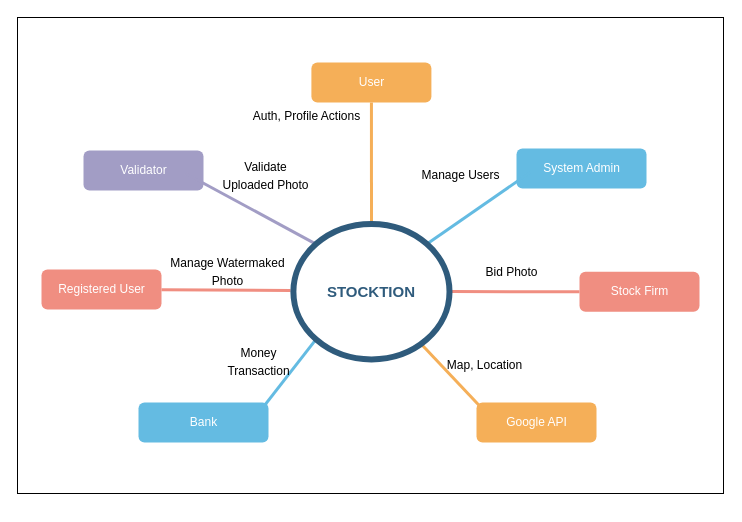
This is diagrams/context-diagram/context-diagram.drawio from staucktion/docs, a draw.io file, before an edit. Source tidied: cells renumbered, new cells numbered last; positions are measured from the earlier drawing's top-left corner, leaving out a move shared by most shapes. Both pictures are drawn from the tidied source at 100%, with x=0, y=0 at pixel (17, 17).
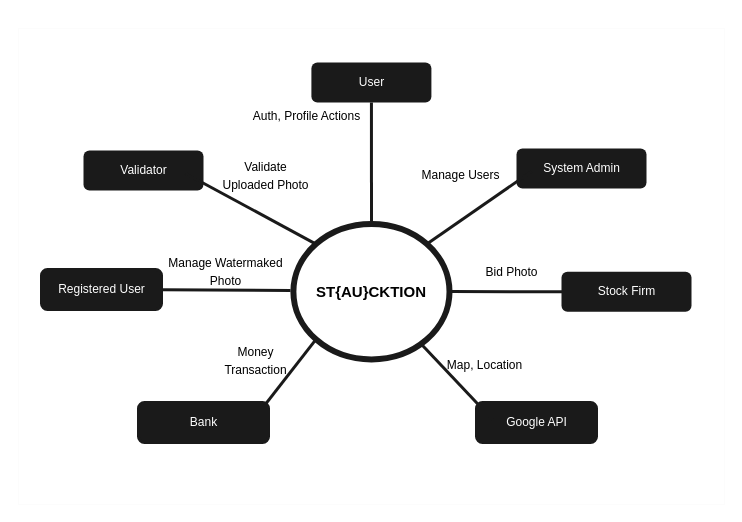
The same page after the edit.

Commit message (it also covers changes not shown here):
update context diagram

The edit, as a diff of the source:
```diff
@@
+    <mxCell id="3" style="rounded=0;whiteSpace=wrap;html=1;fontSize=12;fontColor=#000000;fillColor=none;strokeColor=#FCFCFC;" parent="1" vertex="1">
+      <mxGeometry x="0.9" y="11" width="706" height="476" as="geometry" />
+    </mxCell>
-    <mxCell id="2" style="edgeStyle=none;endArrow=none;strokeWidth=3;strokeColor=#64BBE2;html=1;fontSize=12;exitX=0;exitY=1;exitDx=0;exitDy=0;entryX=0.885;entryY=0.425;entryDx=0;entryDy=0;entryPerimeter=0;" parent="1" edge="1" source="22" target="5">
+    <mxCell id="2" style="edgeStyle=none;endArrow=none;strokeWidth=3;strokeColor=#1A1A1A;html=1;fontSize=12;exitX=0;exitY=1;exitDx=0;exitDy=0;entryX=0.885;entryY=0.425;entryDx=0;entryDy=0;entryPerimeter=0;" parent="1" edge="1" source="22" target="5">
       <mxGeometry x="3.4" y="978.5" as="geometry" />
     </mxCell>
-    <mxCell id="3" style="rounded=0;whiteSpace=wrap;html=1;fontSize=12;fontColor=#000000;fillColor=none;strokeColor=#000000;" parent="1" vertex="1">
-      <mxGeometry width="706" height="476" as="geometry" />
-    </mxCell>
-    <mxCell id="4" value="User" style="rounded=1;fillColor=#f5af58;strokeColor=none;strokeWidth=3;shadow=0;html=1;fontColor=#FFFFFF;fontSize=12;" parent="1" vertex="1">
+    <mxCell id="4" value="User" style="rounded=1;fillColor=#1A1A1A;strokeColor=none;strokeWidth=3;shadow=0;html=1;fontColor=#FFFFFF;fontSize=12;" parent="1" vertex="1">
       <mxGeometry x="293.9" y="45" width="120" height="40" as="geometry" />
     </mxCell>
-    <mxCell id="5" value="Bank" style="rounded=1;fillColor=#64BBE2;strokeColor=none;strokeWidth=3;shadow=0;html=1;fontColor=#FFFFFF;fontSize=12;" parent="1" vertex="1">
+    <mxCell id="5" value="Bank" style="rounded=1;fillColor=#1A1A1A;strokeColor=#1A1A1A;strokeWidth=3;shadow=0;html=1;fontColor=#FFFFFF;fontSize=12;" parent="1" vertex="1">
       <mxGeometry x="121" y="385" width="130" height="40" as="geometry" />
     </mxCell>
-    <mxCell id="6" style="edgeStyle=none;endArrow=none;strokeWidth=3;strokeColor=#F5AF58;html=1;fontSize=12;" parent="1" edge="1" target="4">
+    <mxCell id="6" style="edgeStyle=none;endArrow=none;strokeWidth=3;strokeColor=#1A1A1A;html=1;fontSize=12;" parent="1" edge="1" target="4">
       <mxGeometry x="228.4" y="943.5" as="geometry">
         <mxPoint x="354" y="204" as="sourcePoint" />
       </mxGeometry>
     </mxCell>
-    <mxCell id="7" value="Stock Firm" style="rounded=1;fillColor=#f08e81;strokeColor=none;strokeWidth=3;shadow=0;html=1;fontColor=#FFFFFF;fontSize=12;" parent="1" vertex="1">
-      <mxGeometry x="562" y="254.3" width="120" height="40" as="geometry" />
-    </mxCell>
-    <mxCell id="8" value="Google API" style="rounded=1;fillColor=#f5af58;strokeColor=none;strokeWidth=3;shadow=0;html=1;fontColor=#FFFFFF;fontSize=12;" parent="1" vertex="1">
+    <mxCell id="8" value="Google API" style="rounded=1;fillColor=#1A1A1A;strokeColor=#1A1A1A;strokeWidth=3;shadow=0;html=1;fontColor=#FFFFFF;fontSize=12;" parent="1" vertex="1">
       <mxGeometry x="459" y="385" width="120" height="40" as="geometry" />
     </mxCell>
-    <mxCell id="9" style="edgeStyle=none;endArrow=none;strokeWidth=3;strokeColor=#F5AF58;html=1;exitX=0.826;exitY=0.895;exitDx=0;exitDy=0;exitPerimeter=0;fontSize=12;entryX=0.133;entryY=0.425;entryDx=0;entryDy=0;entryPerimeter=0;" parent="1" edge="1" source="22" target="8">
+    <mxCell id="9" style="edgeStyle=none;endArrow=none;strokeWidth=3;strokeColor=#1A1A1A;html=1;exitX=0.826;exitY=0.895;exitDx=0;exitDy=0;exitPerimeter=0;fontSize=12;entryX=0.133;entryY=0.425;entryDx=0;entryDy=0;entryPerimeter=0;" parent="1" edge="1" source="22" target="8">
       <mxGeometry x="468.4" y="961" as="geometry" />
     </mxCell>
-    <mxCell id="10" value="Registered User" style="rounded=1;fillColor=#f08e81;strokeColor=none;strokeWidth=3;shadow=0;html=1;fontColor=#FFFFFF;fontSize=12;" parent="1" vertex="1">
+    <mxCell id="10" value="Registered User" style="rounded=1;fillColor=#1A1A1A;strokeColor=#1A1A1A;strokeWidth=3;shadow=0;html=1;fontColor=#FFFFFF;fontSize=12;" parent="1" vertex="1">
       <mxGeometry x="24" y="252" width="120" height="40" as="geometry" />
     </mxCell>
-    <mxCell id="11" style="edgeStyle=none;endArrow=none;strokeWidth=3;strokeColor=#F08E81;html=1;fontSize=12;" parent="1" edge="1" target="10">
+    <mxCell id="11" style="edgeStyle=none;endArrow=none;strokeWidth=3;strokeColor=#1A1A1A;html=1;fontSize=12;" parent="1" edge="1" target="10">
       <mxGeometry x="413.4" y="973.5" as="geometry">
         <mxPoint x="273" y="273" as="sourcePoint" />
       </mxGeometry>
     </mxCell>
-    <mxCell id="12" value="Validator" style="rounded=1;fillColor=#a29dc5;strokeColor=none;strokeWidth=3;shadow=0;html=1;fontColor=#FFFFFF;fontSize=12;" parent="1" vertex="1">
+    <mxCell id="12" value="Validator" style="rounded=1;fillColor=#1A1A1A;strokeColor=none;strokeWidth=3;shadow=0;html=1;fontColor=#FFFFFF;fontSize=12;" parent="1" vertex="1">
       <mxGeometry x="66" y="133" width="120" height="40" as="geometry" />
     </mxCell>
-    <mxCell id="13" style="edgeStyle=none;endArrow=none;strokeWidth=3;strokeColor=#A29DC5;html=1;fontSize=12;exitX=0;exitY=0;exitDx=0;exitDy=0;entryX=0.85;entryY=0.575;entryDx=0;entryDy=0;entryPerimeter=0;" parent="1" edge="1" source="22" target="12">
+    <mxCell id="13" style="edgeStyle=none;endArrow=none;strokeWidth=3;strokeColor=#1A1A1A;html=1;fontSize=12;exitX=0;exitY=0;exitDx=0;exitDy=0;entryX=0.85;entryY=0.575;entryDx=0;entryDy=0;entryPerimeter=0;" parent="1" edge="1" source="22" target="12">
       <mxGeometry x="-1273.1" y="618.5" as="geometry" />
     </mxCell>
-    <mxCell id="14" value="System Admin" style="rounded=1;fillColor=#64BBE2;strokeColor=none;strokeWidth=3;shadow=0;html=1;fontColor=#FFFFFF;fontSize=12;" parent="1" vertex="1">
+    <mxCell id="14" value="System Admin" style="rounded=1;fillColor=#1A1A1A;strokeColor=none;strokeWidth=3;shadow=0;html=1;fontColor=#FFFFFF;fontSize=12;" parent="1" vertex="1">
       <mxGeometry x="499" y="131" width="130" height="40" as="geometry" />
     </mxCell>
-    <mxCell id="15" style="edgeStyle=none;endArrow=none;strokeWidth=3;strokeColor=#64BBE2;html=1;fontSize=12;exitX=1;exitY=0;exitDx=0;exitDy=0;entryX=0.115;entryY=0.575;entryDx=0;entryDy=0;entryPerimeter=0;" parent="1" edge="1" source="22" target="14">
+    <mxCell id="15" style="edgeStyle=none;endArrow=none;strokeWidth=3;strokeColor=#1A1A1A;html=1;fontSize=12;exitX=1;exitY=0;exitDx=0;exitDy=0;entryX=0.115;entryY=0.575;entryDx=0;entryDy=0;entryPerimeter=0;" parent="1" edge="1" source="22" target="14">
       <mxGeometry x="441.4" y="651.5" as="geometry" />
     </mxCell>
     <mxCell id="16" value="&lt;font style=&quot;font-size: 12px;&quot;&gt;Money &lt;br&gt;Transaction&lt;/font&gt;" style="text;html=1;align=center;verticalAlign=middle;strokeColor=none;fillColor=none;fontSize=15;fontColor=#000000;" parent="1" vertex="1">
-      <mxGeometry x="201" y="319" width="80" height="48" as="geometry" />
+      <mxGeometry x="198" y="318" width="80" height="48" as="geometry" />
     </mxCell>
-    <mxCell id="17" style="edgeStyle=none;endArrow=none;strokeWidth=3;strokeColor=#F08E81;html=1;fontSize=12;exitX=0;exitY=0.5;exitDx=0;exitDy=0;" parent="1" edge="1" source="7">
+    <mxCell id="17" style="edgeStyle=none;endArrow=none;strokeWidth=3;strokeColor=#1A1A1A;html=1;fontSize=12;exitX=0;exitY=0.5;exitDx=0;exitDy=0;" parent="1" edge="1">
       <mxGeometry x="630.4" y="978.6" as="geometry">
+        <mxPoint x="562" y="274.3" as="sourcePoint" />
         <mxPoint x="434" y="274" as="targetPoint" />
       </mxGeometry>
     </mxCell>
     <mxCell id="18" value="&lt;span style=&quot;font-size: 12px;&quot;&gt;Manage&amp;nbsp;Watermaked &lt;br&gt;Photo&lt;/span&gt;" style="text;html=1;align=center;verticalAlign=middle;strokeColor=none;fillColor=none;fontSize=15;fontColor=#000000;" parent="1" vertex="1">
-      <mxGeometry x="143.9" y="229" width="132" height="48" as="geometry" />
+      <mxGeometry x="142" y="229" width="132" height="48" as="geometry" />
     </mxCell>
@@
-    <mxCell id="22" value="&lt;font style=&quot;font-size: 15px;&quot;&gt;STOCKTION&lt;/font&gt;" style="ellipse;whiteSpace=wrap;html=1;shadow=0;fontFamily=Helvetica;fontSize=15;fontColor=#2F5B7C;align=center;strokeColor=#2F5B7C;strokeWidth=6;fillColor=#FFFFFF;fontStyle=1;gradientColor=none;" parent="1" vertex="1">
+    <mxCell id="22" value="&lt;font color=&quot;#000000&quot; style=&quot;font-size: 15px;&quot;&gt;ST{AU}CKTION&lt;/font&gt;" style="ellipse;whiteSpace=wrap;html=1;shadow=0;fontFamily=Helvetica;fontSize=15;fontColor=#2F5B7C;align=center;strokeColor=#1A1A1A;strokeWidth=6;fillColor=#FFFFFF;fontStyle=1;gradientColor=none;" parent="1" vertex="1">
       <mxGeometry x="275.9" y="206.5" width="156.1" height="135.4" as="geometry" />
     </mxCell>
@@
+    <mxCell id="7" value="Stock Firm" style="rounded=1;fillColor=#1A1A1A;strokeColor=none;strokeWidth=3;shadow=0;html=1;fontColor=#FFFFFF;fontSize=12;" parent="1" vertex="1">
+      <mxGeometry x="544" y="254.3" width="130" height="40" as="geometry" />
+    </mxCell>
```
